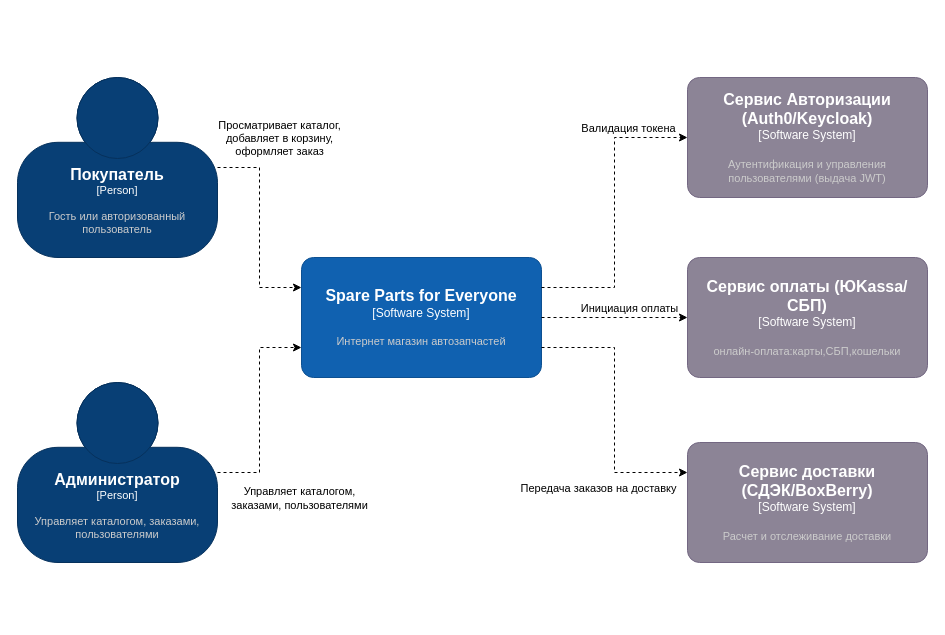
This is C4 draw io/C1sparepartsmarket.drawio from a-dobritsa/spareparts_for_everyone, a draw.io file, before an edit. Source tidied: cells renumbered, new cells numbered last; positions are measured from the earlier drawing's top-left corner, leaving out a move shared by most shapes. Both pictures are drawn from the tidied source at 100%, with x=0, y=0 at pixel (17, 77).
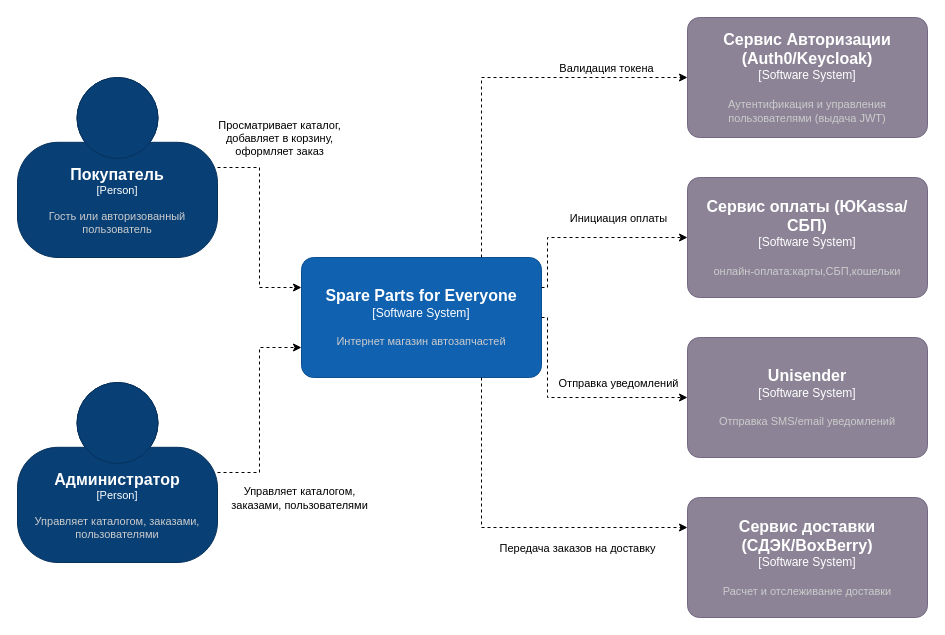
Above is the later version.

Unchanged cells that the change refers to:
```xml
<object id="4" label="&lt;font style=&quot;font-size: 16px&quot;&gt;&lt;b&gt;%c4Name%&lt;/b&gt;&lt;/font&gt;&lt;div&gt;[%c4Type%]&lt;/div&gt;&lt;br&gt;&lt;div&gt;&lt;font style=&quot;font-size: 11px&quot;&gt;&lt;font color=&quot;#cccccc&quot;&gt;%c4Description%&lt;/font&gt;&lt;/div&gt;" c4Description="Интернет магазин автозапчастей" c4Name="Spare Parts for Everyone" c4Type="Software System" placeholders="1">
  <mxCell style="rounded=1;whiteSpace=wrap;html=1;labelBackgroundColor=none;fillColor=#1061B0;fontColor=#ffffff;align=center;arcSize=10;strokeColor=#0D5091;points=[[0.25,0,0],[0.5,0,0],[0.75,0,0],[1,0.25,0],[1,0.5,0],[1,0.75,0],[0.75,1,0],[0.5,1,0],[0.25,1,0],[0,0.75,0],[0,0.5,0],[0,0.25,0]];" parent="1" vertex="1">
    <mxGeometry x="284" y="180" width="240" height="120" as="geometry" />
  </mxCell>
</object>
```

Diff of the diagram source:
```diff
@@
     <object id="5" label="&lt;font style=&quot;font-size: 16px&quot;&gt;&lt;b&gt;%c4Name%&lt;/b&gt;&lt;/font&gt;&lt;div&gt;[%c4Type%]&lt;/div&gt;&lt;br&gt;&lt;div&gt;&lt;font style=&quot;font-size: 11px&quot;&gt;&lt;font color=&quot;#cccccc&quot;&gt;%c4Description%&lt;/font&gt;&lt;/div&gt;" c4Description="Аутентификация и управления пользователями (выдача JWT)" c4Name="Сервис Авторизации (Auth0/Keycloak)" c4Type="Software System" placeholders="1">
       <mxCell style="rounded=1;whiteSpace=wrap;html=1;labelBackgroundColor=none;fillColor=#8C8496;fontColor=#ffffff;align=center;arcSize=10;strokeColor=#736782;points=[[0.25,0,0],[0.5,0,0],[0.75,0,0],[1,0.25,0],[1,0.5,0],[1,0.75,0],[0.75,1,0],[0.5,1,0],[0.25,1,0],[0,0.75,0],[0,0.5,0],[0,0.25,0]];" parent="1" vertex="1">
-        <mxGeometry x="670" width="240" height="120" as="geometry" />
+        <mxGeometry x="670" y="-60" width="240" height="120" as="geometry" />
       </mxCell>
     </object>
     <object id="6" label="&lt;font style=&quot;font-size: 16px&quot;&gt;&lt;b&gt;%c4Name%&lt;/b&gt;&lt;/font&gt;&lt;div&gt;[%c4Type%]&lt;/div&gt;&lt;br&gt;&lt;div&gt;&lt;font style=&quot;font-size: 11px&quot;&gt;&lt;font color=&quot;#cccccc&quot;&gt;%c4Description%&lt;/font&gt;&lt;/div&gt;" c4Description="онлайн-оплата:карты,СБП,кошельки" c4Name="Сервис оплаты (ЮKassa/СБП)" c4Type="Software System" placeholders="1">
       <mxCell style="rounded=1;whiteSpace=wrap;html=1;labelBackgroundColor=none;fillColor=#8C8496;fontColor=#ffffff;align=center;arcSize=10;strokeColor=#736782;points=[[0.25,0,0],[0.5,0,0],[0.75,0,0],[1,0.25,0],[1,0.5,0],[1,0.75,0],[0.75,1,0],[0.5,1,0],[0.25,1,0],[0,0.75,0],[0,0.5,0],[0,0.25,0]];" parent="1" vertex="1">
-        <mxGeometry x="670" y="180" width="240" height="120" as="geometry" />
+        <mxGeometry x="670" y="100" width="240" height="120" as="geometry" />
       </mxCell>
     </object>
     <object id="7" label="&lt;font style=&quot;font-size: 16px&quot;&gt;&lt;b&gt;%c4Name%&lt;/b&gt;&lt;/font&gt;&lt;div&gt;[%c4Type%]&lt;/div&gt;&lt;br&gt;&lt;div&gt;&lt;font style=&quot;font-size: 11px&quot;&gt;&lt;font color=&quot;#cccccc&quot;&gt;%c4Description%&lt;/font&gt;&lt;/div&gt;" c4Description="Расчет и отслеживание доставки" c4Name="Сервис доставки (СДЭК/BoxBerry)" c4Type="Software System" placeholders="1">
       <mxCell style="rounded=1;whiteSpace=wrap;html=1;labelBackgroundColor=none;fillColor=#8C8496;fontColor=#ffffff;align=center;arcSize=10;strokeColor=#736782;points=[[0.25,0,0],[0.5,0,0],[0.75,0,0],[1,0.25,0],[1,0.5,0],[1,0.75,0],[0.75,1,0],[0.5,1,0],[0.25,1,0],[0,0.75,0],[0,0.5,0],[0,0.25,0]];" parent="1" vertex="1">
-        <mxGeometry x="670" y="365" width="240" height="120" as="geometry" />
+        <mxGeometry x="670" y="420" width="240" height="120" as="geometry" />
       </mxCell>
     </object>
@@
-    <mxCell id="12" style="edgeStyle=orthogonalEdgeStyle;rounded=0;jettySize=auto;html=1;entryX=0;entryY=0.5;entryDx=0;entryDy=0;entryPerimeter=0;exitX=1;exitY=0.25;exitDx=0;exitDy=0;exitPerimeter=0;dashed=1;" parent="1" edge="1" source="4" target="5">
+    <mxCell id="12" style="edgeStyle=orthogonalEdgeStyle;rounded=0;jettySize=auto;html=1;entryX=0;entryY=0.5;entryDx=0;entryDy=0;entryPerimeter=0;exitX=0.75;exitY=0;exitDx=0;exitDy=0;exitPerimeter=0;dashed=1;" parent="1" edge="1" source="4" target="5">
       <mxGeometry relative="1" as="geometry" />
     </mxCell>
@@
-    <mxCell id="14" style="edgeStyle=orthogonalEdgeStyle;rounded=0;jettySize=auto;html=1;exitX=1;exitY=0.5;exitDx=0;exitDy=0;exitPerimeter=0;entryX=0;entryY=0.5;entryDx=0;entryDy=0;entryPerimeter=0;dashed=1;" parent="1" edge="1" source="4" target="6">
-      <mxGeometry relative="1" as="geometry" />
+    <mxCell id="14" style="edgeStyle=orthogonalEdgeStyle;rounded=0;jettySize=auto;html=1;exitX=1;exitY=0.25;exitDx=0;exitDy=0;exitPerimeter=0;entryX=0;entryY=0.5;entryDx=0;entryDy=0;entryPerimeter=0;dashed=1;" parent="1" edge="1" source="4" target="6">
+      <mxGeometry relative="1" as="geometry">
+        <Array as="points">
+          <mxPoint x="530" y="210" />
+          <mxPoint x="530" y="160" />
+        </Array>
+      </mxGeometry>
     </mxCell>
     <mxCell id="15" value="Инициация оплаты" style="edgeLabel;html=1;align=center;verticalAlign=middle;" parent="14" vertex="1">
       <mxGeometry x="-0.06" y="-2" relative="1" as="geometry">
-        <mxPoint x="18" y="-12" as="offset" />
+        <mxPoint x="34" y="-22" as="offset" />
       </mxGeometry>
     </mxCell>
-    <mxCell id="16" style="edgeStyle=orthogonalEdgeStyle;rounded=0;jettySize=auto;html=1;entryX=0;entryY=0.25;entryDx=0;entryDy=0;entryPerimeter=0;exitX=1;exitY=0.75;exitDx=0;exitDy=0;exitPerimeter=0;dashed=1;" parent="1" edge="1" source="4" target="7">
+    <mxCell id="16" style="edgeStyle=orthogonalEdgeStyle;rounded=0;jettySize=auto;html=1;entryX=0;entryY=0.25;entryDx=0;entryDy=0;entryPerimeter=0;exitX=0.75;exitY=1;exitDx=0;exitDy=0;exitPerimeter=0;dashed=1;" parent="1" edge="1" source="4" target="7">
       <mxGeometry relative="1" as="geometry" />
     </mxCell>
     <mxCell id="17" value="Передача заказов на доставку" style="edgeLabel;html=1;align=center;verticalAlign=middle;" parent="16" vertex="1">
       <mxGeometry x="0.01" y="2" relative="1" as="geometry">
-        <mxPoint x="-19" y="76" as="offset" />
+        <mxPoint x="65" y="22" as="offset" />
       </mxGeometry>
     </mxCell>
+    <object id="18" label="&lt;font style=&quot;font-size: 16px&quot;&gt;&lt;b&gt;%c4Name%&lt;/b&gt;&lt;/font&gt;&lt;div&gt;[%c4Type%]&lt;/div&gt;&lt;br&gt;&lt;div&gt;&lt;font style=&quot;font-size: 11px&quot;&gt;&lt;font color=&quot;#cccccc&quot;&gt;%c4Description%&lt;/font&gt;&lt;/div&gt;" c4Description="Отправка SMS/email уведомлений" c4Name="Unisender" c4Type="Software System" placeholders="1">
+      <mxCell style="rounded=1;whiteSpace=wrap;html=1;labelBackgroundColor=none;fillColor=#8C8496;fontColor=#ffffff;align=center;arcSize=10;strokeColor=#736782;points=[[0.25,0,0],[0.5,0,0],[0.75,0,0],[1,0.25,0],[1,0.5,0],[1,0.75,0],[0.75,1,0],[0.5,1,0],[0.25,1,0],[0,0.75,0],[0,0.5,0],[0,0.25,0]];" parent="1" vertex="1">
+        <mxGeometry x="670" y="260" width="240" height="120" as="geometry" />
+      </mxCell>
+    </object>
+    <mxCell id="19" style="edgeStyle=orthogonalEdgeStyle;rounded=0;jettySize=auto;html=1;entryX=0;entryY=0.5;entryDx=0;entryDy=0;entryPerimeter=0;dashed=1;" parent="1" edge="1" source="4" target="18">
+      <mxGeometry relative="1" as="geometry">
+        <Array as="points">
+          <mxPoint x="530" y="240" />
+          <mxPoint x="530" y="320" />
+        </Array>
+      </mxGeometry>
+    </mxCell>
+    <mxCell id="20" value="Отправка уведомлений" style="edgeLabel;html=1;align=center;verticalAlign=middle;" parent="19" vertex="1">
+      <mxGeometry x="0.24" y="3" relative="1" as="geometry">
+        <mxPoint x="16" y="-12" as="offset" />
+      </mxGeometry>
+    </mxCell>
```
